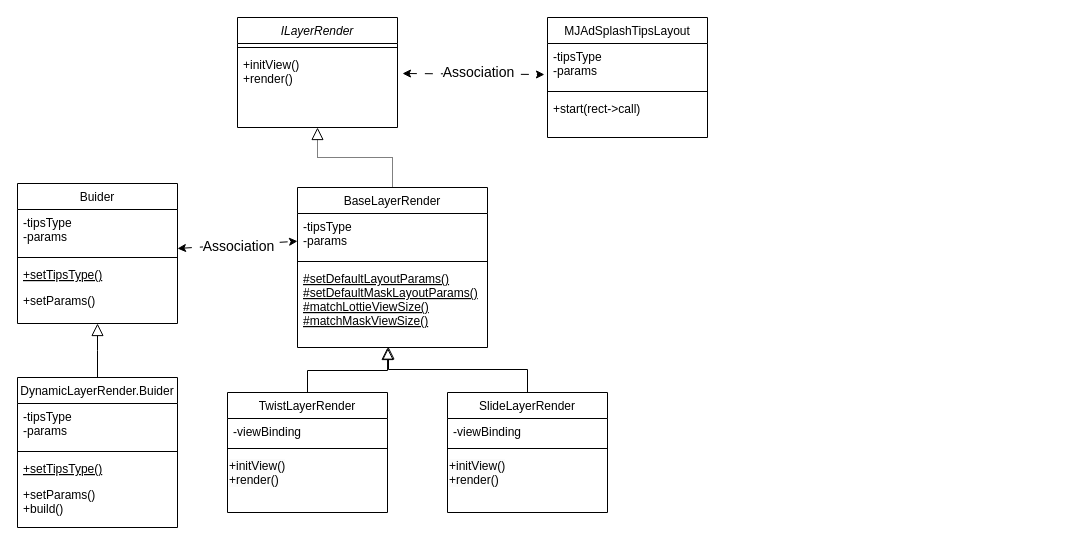
Earlier version of the draw.io diagram moji/开屏蒙版加载类图.drawio (HengqianSong/drawIO). Source tidied: cells renumbered, new cells numbered last; positions are measured from the earlier drawing's top-left corner, leaving out a move shared by most shapes. Both pictures are drawn from the tidied source at 100%, with x=0, y=0 at pixel (17, 17).
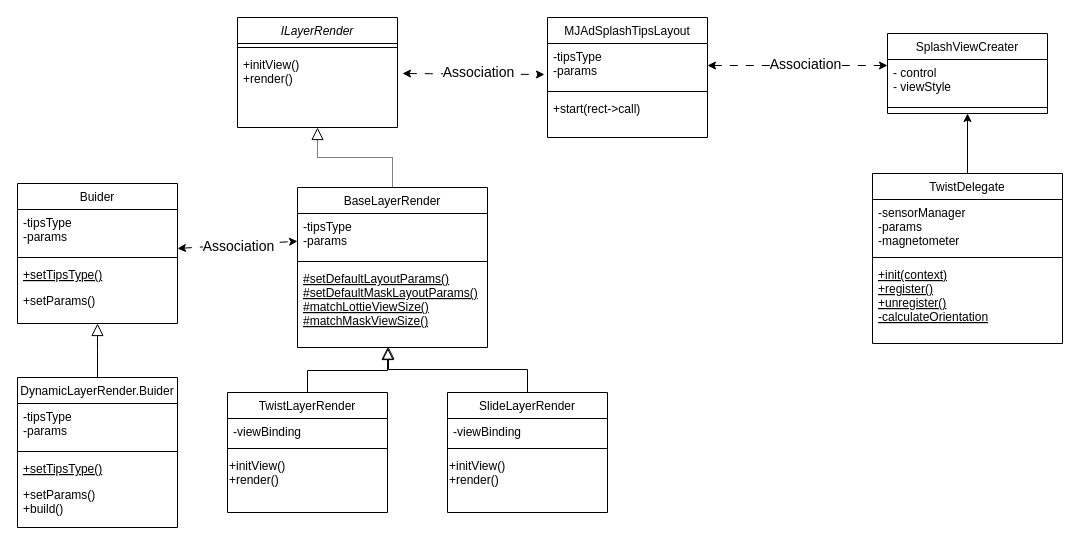
Above is the later version.

Commit message:
更新开屏蒙版加载类图.drawio

Unchanged cells that the change refers to:
```xml
<mxCell id="11" value="-tipsType&#10;-params" style="text;align=left;verticalAlign=top;spacingLeft=4;spacingRight=4;overflow=hidden;points=[[0,0.5],[1,0.5]];portConstraint=eastwest;" parent="10" vertex="1">
  <mxGeometry y="26" width="160" height="44" as="geometry" />
</mxCell>
```

What changed in the source:
```diff
@@
+    <mxCell id="39" value="SplashViewCreater" style="swimlane;fontStyle=0;align=center;verticalAlign=top;horizontal=1;startSize=26;rounded=0;shadow=0;strokeWidth=1;" parent="1" vertex="1">
+      <mxGeometry x="870" y="16" width="160" height="80" as="geometry" />
+    </mxCell>
+    <mxCell id="40" value="- control&#10;- viewStyle" style="text;align=left;verticalAlign=top;spacingLeft=4;spacingRight=4;overflow=hidden;" parent="39" vertex="1">
+      <mxGeometry y="26" width="160" height="44" as="geometry" />
+    </mxCell>
+    <mxCell id="41" style="line;html=1;strokeWidth=1;align=left;verticalAlign=middle;spacingTop=-1;spacingLeft=3;spacingRight=3;labelPosition=right;" parent="39" vertex="1">
+      <mxGeometry y="70" width="160" height="8" as="geometry" />
+    </mxCell>
+    <mxCell id="42" style="endArrow=classic;startArrow=classic;html=1;rounded=0;dashed=1;dashPattern=8 8;" parent="1" edge="1" source="11">
+      <mxGeometry relative="1" as="geometry">
+        <mxPoint x="870" y="48" as="targetPoint" />
+      </mxGeometry>
+    </mxCell>
+    <mxCell id="43" value="&lt;span style=&quot;font-family: Gilroy; font-size: 14px; text-align: left; text-wrap: wrap;&quot;&gt;Association&lt;/span&gt;" style="edgeLabel;html=1;align=center;verticalAlign=middle;" parent="42" vertex="1">
+      <mxGeometry x="0.18" y="1" relative="1" as="geometry">
+        <mxPoint x="-9" y="-1" as="offset" />
+      </mxGeometry>
+    </mxCell>
+    <mxCell id="44" value="TwistDelegate" style="swimlane;fontStyle=0;align=center;verticalAlign=top;horizontal=1;startSize=26;rounded=0;shadow=0;strokeWidth=1;" parent="1" vertex="1">
+      <mxGeometry x="855" y="156" width="190" height="170" as="geometry" />
+    </mxCell>
+    <mxCell id="45" value="-sensorManager&#10;-params&#10;-magnetometer" style="text;align=left;verticalAlign=top;spacingLeft=4;spacingRight=4;overflow=hidden;rounded=0;shadow=0;html=0;" parent="44" vertex="1">
+      <mxGeometry y="26" width="190" height="54" as="geometry" />
+    </mxCell>
+    <mxCell id="46" style="line;html=1;strokeWidth=1;align=left;verticalAlign=middle;spacingTop=-1;spacingLeft=3;spacingRight=3;labelPosition=right;" parent="44" vertex="1">
+      <mxGeometry y="80" width="190" height="8" as="geometry" />
+    </mxCell>
+    <mxCell id="47" value="+init(context)&#10;+register()&#10;+unregister()&#10;-calculateOrientation" style="text;align=left;verticalAlign=top;spacingLeft=4;spacingRight=4;overflow=hidden;fontStyle=4;" parent="44" vertex="1">
+      <mxGeometry y="88" width="190" height="82" as="geometry" />
+    </mxCell>
+    <mxCell id="48" style="endArrow=classic;html=1;rounded=0;entryX=0.5;entryY=1;entryDx=0;entryDy=0;exitX=0.5;exitY=0;exitDx=0;exitDy=0;" parent="1" edge="1" source="44" target="39">
+      <mxGeometry relative="1" as="geometry" />
+    </mxCell>
```
